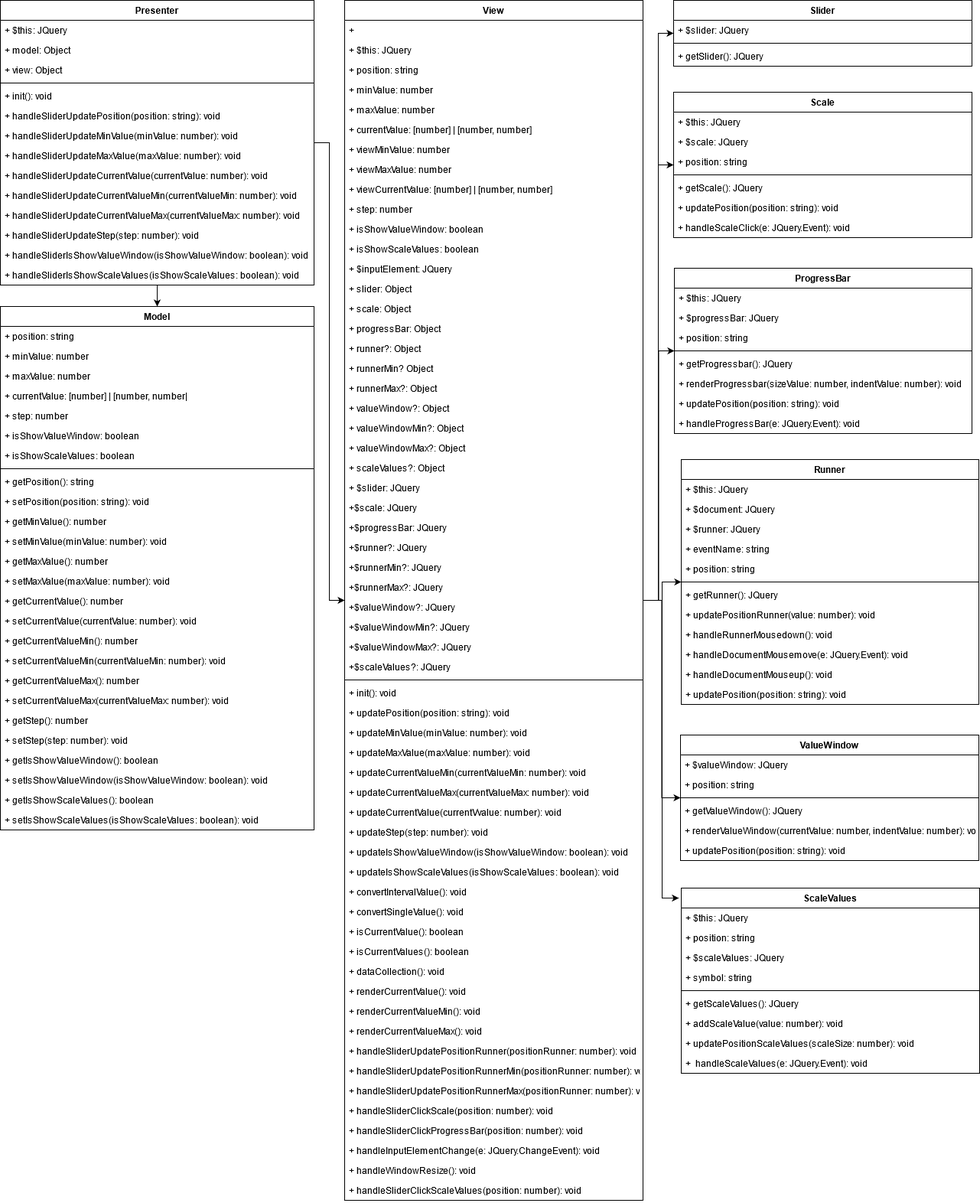
This is src/images/Diagram.png from evgeny1993r/jquery-slider-plugin, a draw.io export, as it was before one commit. Source tidied: cells renumbered, new cells last; positions are measured from the earlier drawing's top-left corner, leaving out a move shared by most shapes.
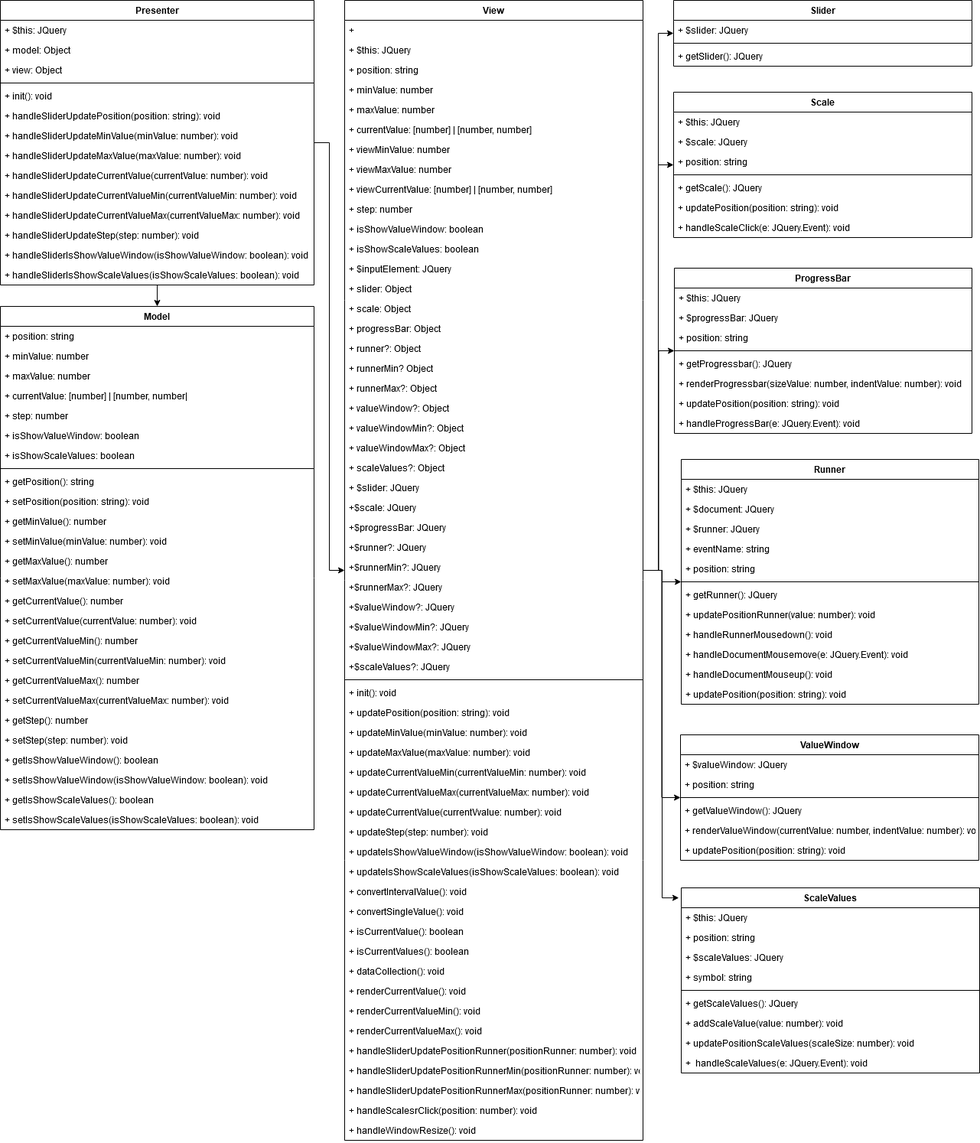
After the commit.

Diff of the diagram source:
```diff
@@ -21,7 +21,7 @@
       <mxGeometry relative="1" as="geometry" />
     </mxCell>
     <mxCell id="8" value="View" style="swimlane;fontStyle=1;align=center;verticalAlign=top;horizontal=1;startSize=26;" parent="1" vertex="1">
-      <mxGeometry x="450" width="390" height="1568" as="geometry" />
+      <mxGeometry x="450" width="390" height="1490" as="geometry" />
     </mxCell>
     <mxCell id="9" value="+ " style="text;strokeColor=none;fillColor=none;align=left;verticalAlign=top;spacingLeft=4;spacingRight=4;overflow=hidden;" parent="8" vertex="1">
       <mxGeometry y="26" width="390" height="26" as="geometry" />
@@ -29,9 +29,9 @@
     <mxCell id="10" value="+ $this: JQuery" style="text;strokeColor=none;fillColor=none;align=left;verticalAlign=top;spacingLeft=4;spacingRight=4;overflow=hidden;" parent="8" vertex="1">
       <mxGeometry y="52" width="390" height="26" as="geometry" />
     </mxCell>
-    <mxCell id="11" value="+ position: string" style="text;strokeColor=none;fillColor=none;align=left;verticalAlign=top;spacingLeft=4;spacingRight=4;overflow=hidden;" parent="8" vertex="1">
-      <mxGeometry y="78" width="390" height="26" as="geometry" />
-    </mxCell>
+    <mxCell id="164" value="+ position: string" style="text;strokeColor=none;fillColor=none;align=left;verticalAlign=top;spacingLeft=4;spacingRight=4;overflow=hidden;" parent="8" vertex="1">
+      <mxGeometry y="78" width="390" height="26" as="geometry" />
+    </mxCell>
     <mxCell id="12" value="+ minValue: number" style="text;strokeColor=none;fillColor=none;align=left;verticalAlign=top;spacingLeft=4;spacingRight=4;overflow=hidden;" parent="8" vertex="1">
       <mxGeometry y="104" width="390" height="26" as="geometry" />
     </mxCell>
@@ -188,21 +188,12 @@
     <mxCell id="63" value="+ handleSliderUpdatePositionRunnerMax(positionRunner: number): void&#10;" style="text;strokeColor=none;fillColor=none;align=left;verticalAlign=top;spacingLeft=4;spacingRight=4;overflow=hidden;" parent="8" vertex="1">
       <mxGeometry y="1412" width="390" height="26" as="geometry" />
     </mxCell>
-    <mxCell id="64" value="+ handleSliderClickScale(position: number): void&#10;" style="text;strokeColor=none;fillColor=none;align=left;verticalAlign=top;spacingLeft=4;spacingRight=4;overflow=hidden;" parent="8" vertex="1">
-      <mxGeometry y="1438" width="390" height="26" as="geometry" />
-    </mxCell>
-    <mxCell id="65" value="+ handleSliderClickProgressBar(position: number): void&#10;" style="text;strokeColor=none;fillColor=none;align=left;verticalAlign=top;spacingLeft=4;spacingRight=4;overflow=hidden;" parent="8" vertex="1">
-      <mxGeometry y="1464" width="390" height="26" as="geometry" />
-    </mxCell>
-    <mxCell id="66" value="+ handleInputElementChange(e: JQuery.ChangeEvent): void&#10;" style="text;strokeColor=none;fillColor=none;align=left;verticalAlign=top;spacingLeft=4;spacingRight=4;overflow=hidden;" parent="8" vertex="1">
-      <mxGeometry y="1490" width="390" height="26" as="geometry" />
-    </mxCell>
+    <mxCell id="165" value="+ handleScalesrClick(position: number): void&#10;" style="text;strokeColor=none;fillColor=none;align=left;verticalAlign=top;spacingLeft=4;spacingRight=4;overflow=hidden;" parent="8" vertex="1">
+      <mxGeometry y="1438" width="390" height="26" as="geometry" />
+    </mxCell>
     <mxCell id="67" value="+ handleWindowResize(): void&#10;" style="text;strokeColor=none;fillColor=none;align=left;verticalAlign=top;spacingLeft=4;spacingRight=4;overflow=hidden;" parent="8" vertex="1">
-      <mxGeometry y="1516" width="390" height="26" as="geometry" />
+      <mxGeometry y="1464" width="390" height="26" as="geometry" />
     </mxCell>
-    <mxCell id="68" value="+ handleSliderClickScaleValues(position: number): void" style="text;strokeColor=none;fillColor=none;align=left;verticalAlign=top;spacingLeft=4;spacingRight=4;overflow=hidden;" parent="8" vertex="1">
-      <mxGeometry y="1542" width="390" height="26" as="geometry" />
-    </mxCell>
     <mxCell id="69" style="edgeStyle=orthogonalEdgeStyle;rounded=0;jettySize=auto;html=1;" parent="1" edge="1" source="71" target="8">
       <mxGeometry relative="1" as="geometry" />
     </mxCell>
@@ -356,27 +347,27 @@
     <mxCell id="119" value="+ $scale: JQuery" style="text;strokeColor=none;fillColor=none;align=left;verticalAlign=top;spacingLeft=4;spacingRight=4;overflow=hidden;" parent="117" vertex="1">
       <mxGeometry y="52" width="390" height="26" as="geometry" />
     </mxCell>
-    <mxCell id="120" value="+ position: string" style="text;strokeColor=none;fillColor=none;align=left;verticalAlign=top;spacingLeft=4;spacingRight=4;overflow=hidden;" parent="117" vertex="1">
-      <mxGeometry y="78" width="390" height="26" as="geometry" />
-    </mxCell>
+    <mxCell id="166" value="+ position: string" style="text;strokeColor=none;fillColor=none;align=left;verticalAlign=top;spacingLeft=4;spacingRight=4;overflow=hidden;" parent="117" vertex="1">
+      <mxGeometry y="78" width="390" height="26" as="geometry" />
+    </mxCell>
     <mxCell id="121" style="line;strokeWidth=1;fillColor=none;align=left;verticalAlign=middle;spacingTop=-1;spacingLeft=3;spacingRight=3;labelPosition=right;" parent="117" vertex="1">
       <mxGeometry y="104" width="390" height="8" as="geometry" />
     </mxCell>
     <mxCell id="122" value="+ getScale(): JQuery" style="text;strokeColor=none;fillColor=none;align=left;verticalAlign=top;spacingLeft=4;spacingRight=4;overflow=hidden;" parent="117" vertex="1">
       <mxGeometry y="112" width="390" height="26" as="geometry" />
     </mxCell>
-    <mxCell id="123" value="+ updatePosition(position: string): void&#10;" style="text;strokeColor=none;fillColor=none;align=left;verticalAlign=top;spacingLeft=4;spacingRight=4;overflow=hidden;" parent="117" vertex="1">
-      <mxGeometry y="138" width="390" height="26" as="geometry" />
-    </mxCell>
+    <mxCell id="167" value="+ updatePosition(position: string): void&#10;" style="text;strokeColor=none;fillColor=none;align=left;verticalAlign=top;spacingLeft=4;spacingRight=4;overflow=hidden;" parent="117" vertex="1">
+      <mxGeometry y="138" width="390" height="26" as="geometry" />
+    </mxCell>
     <mxCell id="124" value="+ handleScaleClick(e: JQuery.Event): void&#10;" style="text;strokeColor=none;fillColor=none;align=left;verticalAlign=top;spacingLeft=4;spacingRight=4;overflow=hidden;" parent="117" vertex="1">
       <mxGeometry y="164" width="390" height="26" as="geometry" />
     </mxCell>
     <mxCell id="125" value="Runner" style="swimlane;fontStyle=1;align=center;verticalAlign=top;horizontal=1;startSize=26;" parent="1" vertex="1">
       <mxGeometry x="890" y="600" width="389" height="320" as="geometry" />
     </mxCell>
-    <mxCell id="126" value="+ $this: JQuery" style="text;strokeColor=none;fillColor=none;align=left;verticalAlign=top;spacingLeft=4;spacingRight=4;overflow=hidden;" parent="125" vertex="1">
-      <mxGeometry y="26" width="389" height="26" as="geometry" />
-    </mxCell>
+    <mxCell id="168" value="+ $this: JQuery" style="text;strokeColor=none;fillColor=none;align=left;verticalAlign=top;spacingLeft=4;spacingRight=4;overflow=hidden;" parent="125" vertex="1">
+      <mxGeometry y="26" width="389" height="26" as="geometry" />
+    </mxCell>
     <mxCell id="127" value="+ $document: JQuery" style="text;strokeColor=none;fillColor=none;align=left;verticalAlign=top;spacingLeft=4;spacingRight=4;overflow=hidden;" parent="125" vertex="1">
       <mxGeometry y="52" width="389" height="26" as="geometry" />
     </mxCell>
@@ -413,9 +404,9 @@
     <mxCell id="138" value="ProgressBar" style="swimlane;fontStyle=1;align=center;verticalAlign=top;horizontal=1;startSize=26;" parent="1" vertex="1">
       <mxGeometry x="881" y="350" width="389" height="216" as="geometry" />
     </mxCell>
-    <mxCell id="139" value="+ $this: JQuery" style="text;strokeColor=none;fillColor=none;align=left;verticalAlign=top;spacingLeft=4;spacingRight=4;overflow=hidden;" parent="138" vertex="1">
-      <mxGeometry y="26" width="389" height="26" as="geometry" />
-    </mxCell>
+    <mxCell id="169" value="+ $this: JQuery" style="text;strokeColor=none;fillColor=none;align=left;verticalAlign=top;spacingLeft=4;spacingRight=4;overflow=hidden;" parent="138" vertex="1">
+      <mxGeometry y="26" width="389" height="26" as="geometry" />
+    </mxCell>
     <mxCell id="140" value="+ $progressBar: JQuery" style="text;strokeColor=none;fillColor=none;align=left;verticalAlign=top;spacingLeft=4;spacingRight=4;overflow=hidden;" parent="138" vertex="1">
       <mxGeometry y="52" width="389" height="26" as="geometry" />
     </mxCell>
@@ -443,9 +434,9 @@
     <mxCell id="148" value="+ $valueWindow: JQuery" style="text;strokeColor=none;fillColor=none;align=left;verticalAlign=top;spacingLeft=4;spacingRight=4;overflow=hidden;" parent="147" vertex="1">
       <mxGeometry y="26" width="390" height="26" as="geometry" />
     </mxCell>
-    <mxCell id="149" value="+ position: string" style="text;strokeColor=none;fillColor=none;align=left;verticalAlign=top;spacingLeft=4;spacingRight=4;overflow=hidden;" parent="147" vertex="1">
-      <mxGeometry y="52" width="390" height="26" as="geometry" />
-    </mxCell>
+    <mxCell id="170" value="+ position: string" style="text;strokeColor=none;fillColor=none;align=left;verticalAlign=top;spacingLeft=4;spacingRight=4;overflow=hidden;" parent="147" vertex="1">
+      <mxGeometry y="52" width="390" height="26" as="geometry" />
+    </mxCell>
     <mxCell id="150" style="line;strokeWidth=1;fillColor=none;align=left;verticalAlign=middle;spacingTop=-1;spacingLeft=3;spacingRight=3;labelPosition=right;" parent="147" vertex="1">
       <mxGeometry y="78" width="390" height="8" as="geometry" />
     </mxCell>
@@ -455,18 +446,18 @@
     <mxCell id="152" value="+ renderValueWindow(currentValue: number, indentValue: number): void" style="text;strokeColor=none;fillColor=none;align=left;verticalAlign=top;spacingLeft=4;spacingRight=4;overflow=hidden;" parent="147" vertex="1">
       <mxGeometry y="112" width="390" height="26" as="geometry" />
     </mxCell>
-    <mxCell id="153" value="+ updatePosition(position: string): void&#10;" style="text;strokeColor=none;fillColor=none;align=left;verticalAlign=top;spacingLeft=4;spacingRight=4;overflow=hidden;" parent="147" vertex="1">
-      <mxGeometry y="138" width="390" height="26" as="geometry" />
-    </mxCell>
+    <mxCell id="171" value="+ updatePosition(position: string): void&#10;" style="text;strokeColor=none;fillColor=none;align=left;verticalAlign=top;spacingLeft=4;spacingRight=4;overflow=hidden;" parent="147" vertex="1">
+      <mxGeometry y="138" width="390" height="26" as="geometry" />
+    </mxCell>
     <mxCell id="154" value="ScaleValues" style="swimlane;fontStyle=1;align=center;verticalAlign=top;horizontal=1;startSize=26;" parent="1" vertex="1">
       <mxGeometry x="890" y="1160" width="390" height="242" as="geometry" />
     </mxCell>
     <mxCell id="155" value="+ $this: JQuery" style="text;strokeColor=none;fillColor=none;align=left;verticalAlign=top;spacingLeft=4;spacingRight=4;overflow=hidden;fontStyle=0;" parent="154" vertex="1">
       <mxGeometry y="26" width="390" height="26" as="geometry" />
     </mxCell>
-    <mxCell id="156" value="+ position: string" style="text;strokeColor=none;fillColor=none;align=left;verticalAlign=top;spacingLeft=4;spacingRight=4;overflow=hidden;" parent="154" vertex="1">
-      <mxGeometry y="52" width="390" height="26" as="geometry" />
-    </mxCell>
+    <mxCell id="172" value="+ position: string" style="text;strokeColor=none;fillColor=none;align=left;verticalAlign=top;spacingLeft=4;spacingRight=4;overflow=hidden;" parent="154" vertex="1">
+      <mxGeometry y="52" width="390" height="26" as="geometry" />
+    </mxCell>
     <mxCell id="157" value="+ $scaleValues: JQuery" style="text;strokeColor=none;fillColor=none;align=left;verticalAlign=top;spacingLeft=4;spacingRight=4;overflow=hidden;" parent="154" vertex="1">
       <mxGeometry y="78" width="390" height="26" as="geometry" />
     </mxCell>
```
